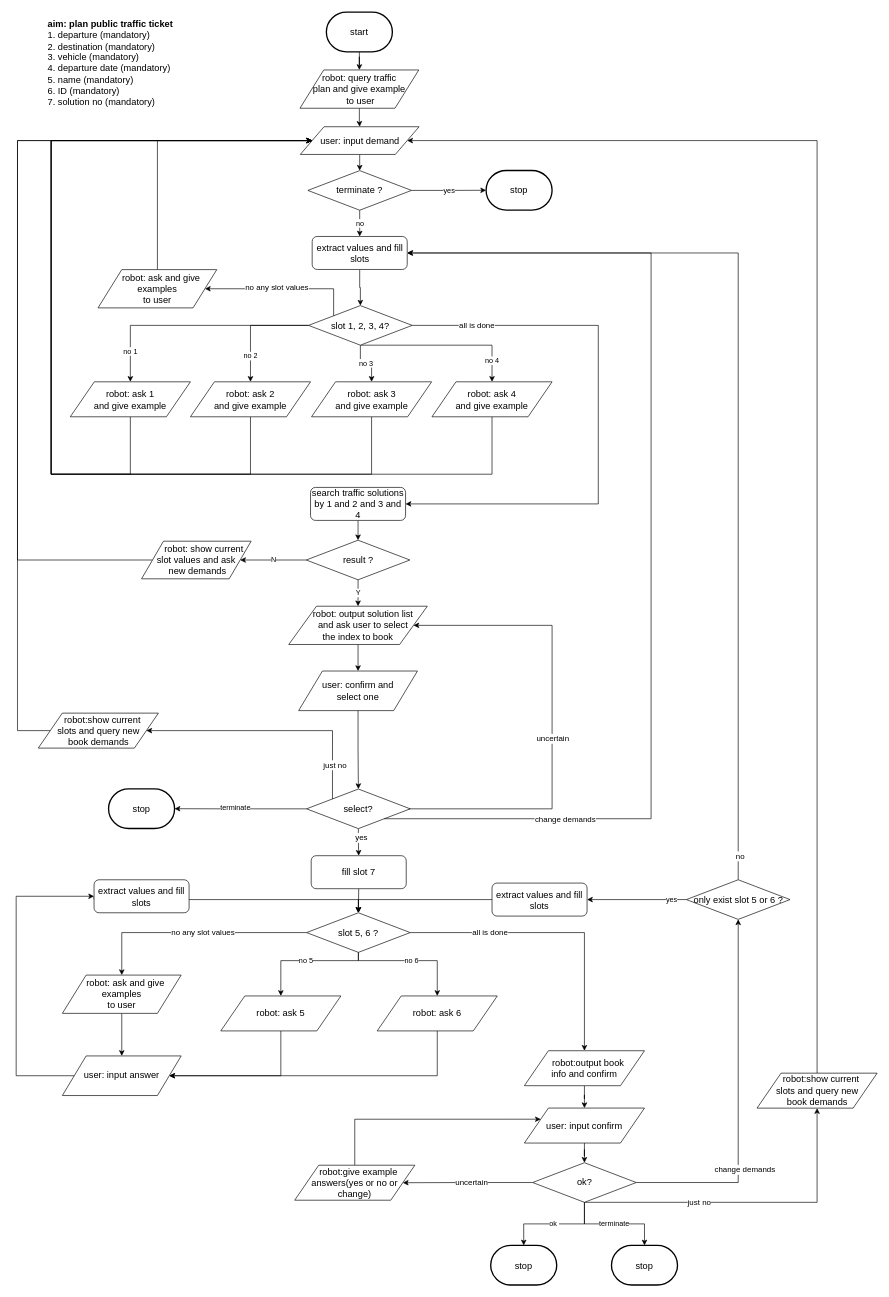
ricosr/travel_consult_chatbot keeps this draw.io diagram as flow_diagram/book_plan.drawio. Above is the earlier version. Source tidied: cells renumbered, new cells numbered last; positions are measured from the earlier drawing's top-left corner, leaving out a move shared by most shapes. Both pictures are drawn from the tidied source at 66%, with x=0, y=0 at pixel (16, 12).
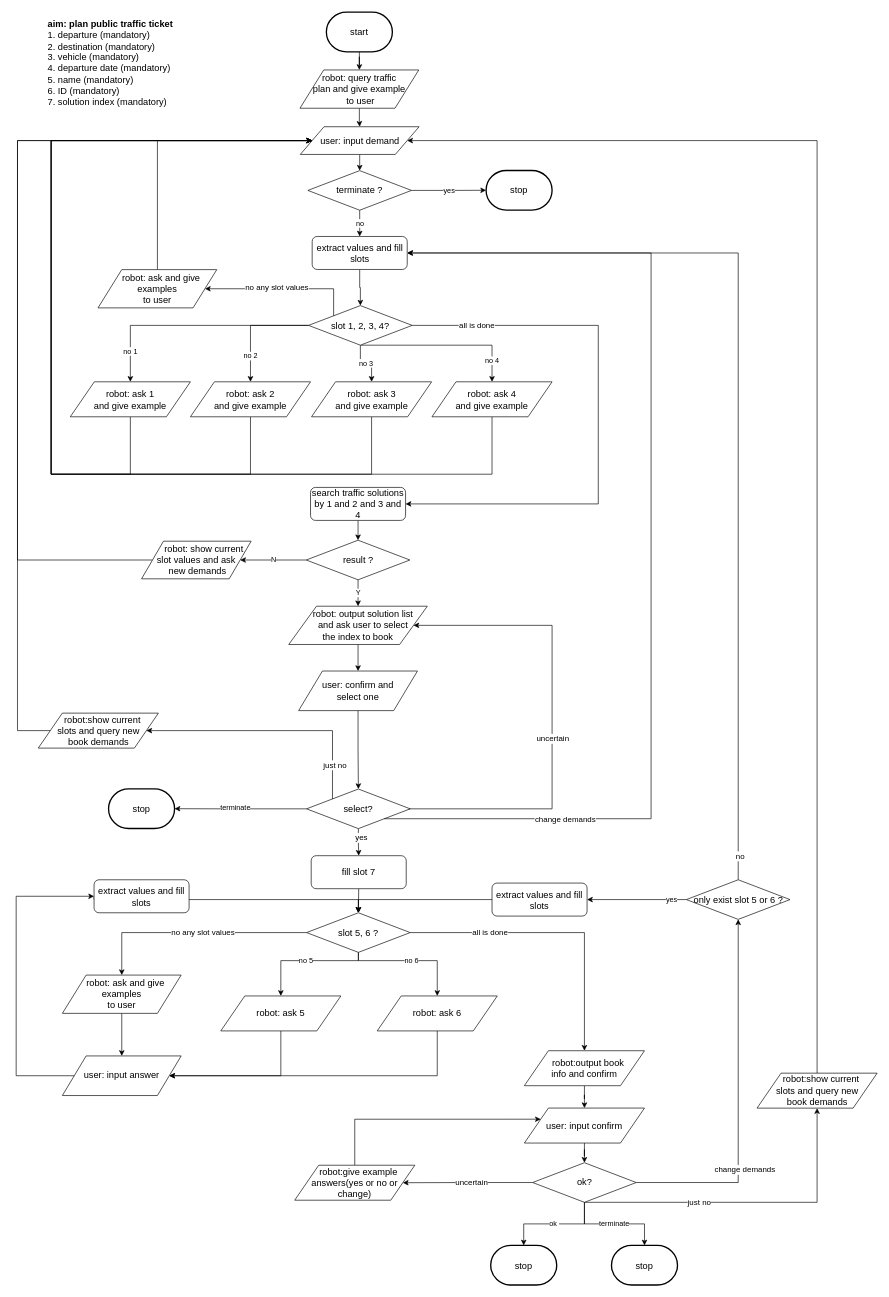
The same diagram, later.

Change to the diagram source:
```diff
@@
-    <mxCell id="4" value="&lt;font style=&quot;font-size: 14px&quot;&gt;&lt;b&gt;aim: plan public traffic ticket&lt;/b&gt;&lt;br&gt;1. departure (mandatory)&lt;br&gt;2. destination (mandatory)&lt;br&gt;3. vehicle (mandatory)&lt;br&gt;4. departure date (mandatory)&lt;br&gt;5. name (mandatory)&lt;br&gt;6. ID (mandatory)&lt;br&gt;7. solution no&amp;nbsp;(mandatory)&lt;br&gt;&lt;br&gt;&lt;/font&gt;" style="text;html=1;strokeColor=none;fillColor=none;align=left;verticalAlign=middle;whiteSpace=wrap;rounded=0;" parent="1" vertex="1">
+    <mxCell id="4" value="&lt;font style=&quot;font-size: 14px&quot;&gt;&lt;b&gt;aim: plan public traffic ticket&lt;/b&gt;&lt;br&gt;1. departure (mandatory)&lt;br&gt;2. destination (mandatory)&lt;br&gt;3. vehicle (mandatory)&lt;br&gt;4. departure date (mandatory)&lt;br&gt;5. name (mandatory)&lt;br&gt;6. ID (mandatory)&lt;br&gt;7. solution index (mandatory)&lt;br&gt;&lt;br&gt;&lt;/font&gt;" style="text;html=1;strokeColor=none;fillColor=none;align=left;verticalAlign=middle;whiteSpace=wrap;rounded=0;" parent="1" vertex="1">
       <mxGeometry x="46" y="30" width="270" height="110" as="geometry" />
     </mxCell>
```
